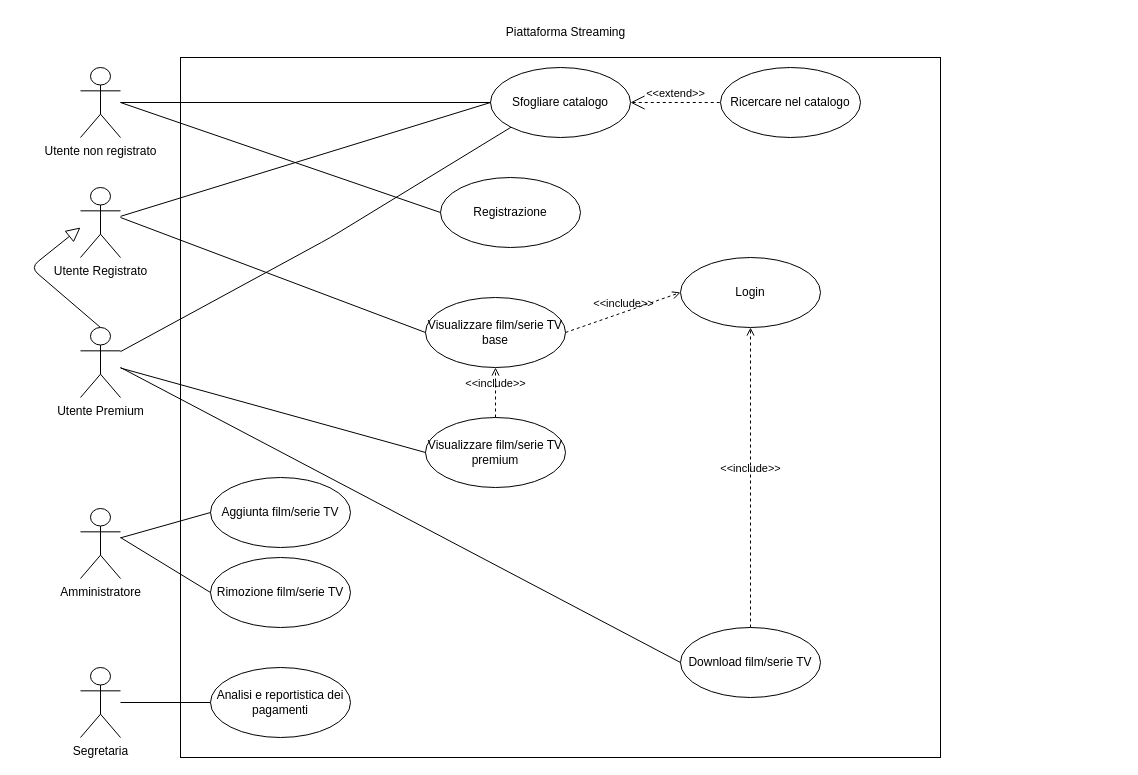
Before: lab1/UC.drawio in Boz7567/FIS, a draw.io diagram. Source tidied: cells renumbered, new cells numbered last; positions are measured from the earlier drawing's top-left corner, leaving out a move shared by most shapes. Both pictures are drawn from the tidied source at 100%, with x=0, y=0 at pixel (30, 17).
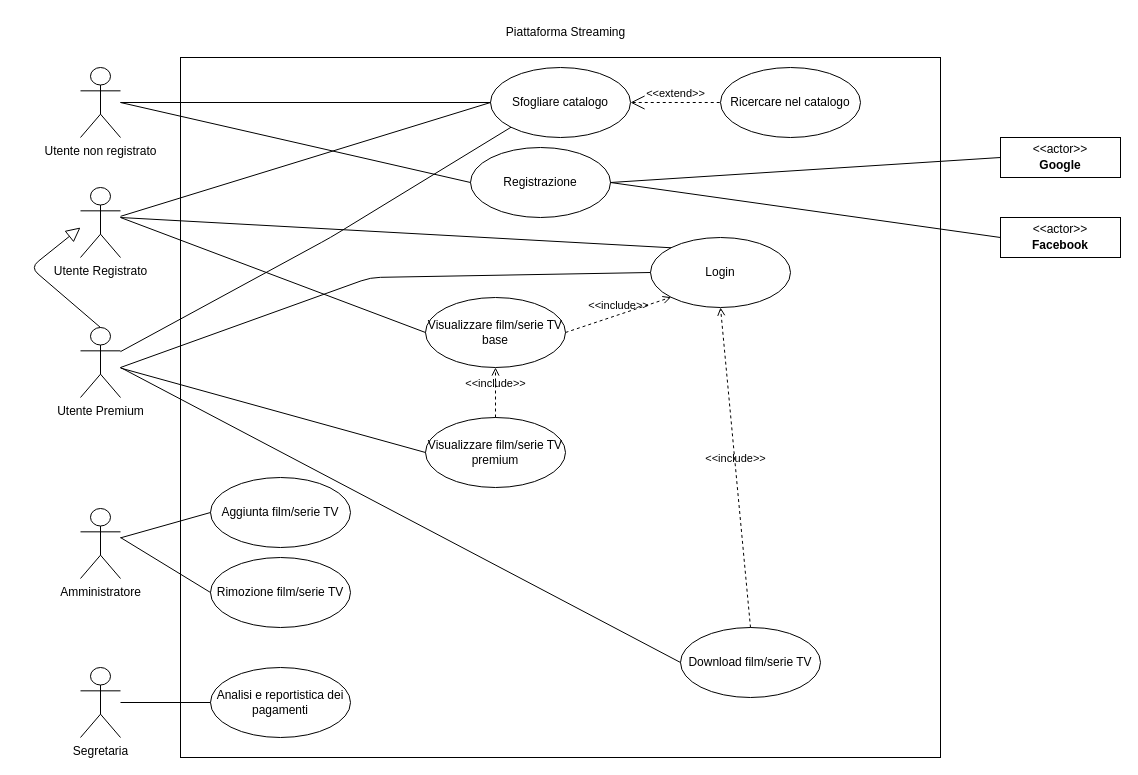
Above is the later version.

Commit message:
Attori secondari

The change refers to these unchanged cells:
```xml
<mxCell id="17" value="Visualizzare film/serie TV base" style="ellipse;whiteSpace=wrap;html=1;" parent="1" vertex="1">
  <mxGeometry x="395" y="280" width="140" height="70" as="geometry" />
</mxCell>
```

Diff of the diagram source:
```diff
@@
     <mxCell id="5" value="Login" style="ellipse;whiteSpace=wrap;html=1;" parent="1" vertex="1">
-      <mxGeometry x="650" y="240" width="140" height="70" as="geometry" />
+      <mxGeometry x="620" y="220" width="140" height="70" as="geometry" />
     </mxCell>
@@
     <mxCell id="9" value="Registrazione" style="ellipse;whiteSpace=wrap;html=1;" parent="1" vertex="1">
-      <mxGeometry x="410" y="160" width="140" height="70" as="geometry" />
+      <mxGeometry x="440" y="130" width="140" height="70" as="geometry" />
     </mxCell>
@@
-    <mxCell id="19" value="&amp;lt;&amp;lt;include&amp;gt;&amp;gt;" style="edgeStyle=none;html=1;endArrow=open;verticalAlign=bottom;dashed=1;labelBackgroundColor=none;exitX=1;exitY=0.5;exitDx=0;exitDy=0;entryX=0;entryY=0.5;entryDx=0;entryDy=0;" parent="1" edge="1" source="17" target="5">
+    <mxCell id="19" value="&amp;lt;&amp;lt;include&amp;gt;&amp;gt;" style="edgeStyle=none;html=1;endArrow=open;verticalAlign=bottom;dashed=1;labelBackgroundColor=none;exitX=1;exitY=0.5;exitDx=0;exitDy=0;entryX=0;entryY=1;entryDx=0;entryDy=0;" parent="1" edge="1" source="17" target="5">
       <mxGeometry relative="1" as="geometry" />
     </mxCell>
@@
+    <mxCell id="34" style="edgeStyle=none;html=1;endArrow=none;verticalAlign=bottom;entryX=0;entryY=0;entryDx=0;entryDy=0;" parent="1" edge="1" target="5">
+      <mxGeometry relative="1" as="geometry">
+        <mxPoint x="90" y="200" as="sourcePoint" />
+      </mxGeometry>
+    </mxCell>
+    <mxCell id="35" style="edgeStyle=none;html=1;endArrow=none;verticalAlign=bottom;entryX=0;entryY=0.5;entryDx=0;entryDy=0;" parent="1" edge="1" target="5">
+      <mxGeometry relative="1" as="geometry">
+        <mxPoint x="90" y="350" as="sourcePoint" />
+        <Array as="points">
+          <mxPoint x="340" y="260" />
+        </Array>
+      </mxGeometry>
+    </mxCell>
+    <mxCell id="36" style="fontStyle=1;align=center;verticalAlign=middle;horizontal=1;" parent="1" vertex="1">
+      <mxGeometry x="970" y="120" width="120" height="40" as="geometry" />
+    </mxCell>
+    <mxCell id="37" value="&amp;lt;&amp;lt;actor&amp;gt;&amp;gt;" style="html=1;align=center;spacing=0;verticalAlign=middle;strokeColor=none;fillColor=none;whiteSpace=wrap;spacingTop=3;" parent="36" vertex="1">
+      <mxGeometry width="120" height="20" as="geometry" />
+    </mxCell>
+    <mxCell id="38" value="Google" style="html=1;align=center;spacing=0;verticalAlign=middle;strokeColor=none;fillColor=none;whiteSpace=wrap;spacingBottom=4;fontStyle=1;" parent="36" vertex="1">
+      <mxGeometry y="20" width="120" height="20" as="geometry" />
+    </mxCell>
+    <mxCell id="39" style="fontStyle=1;align=center;verticalAlign=middle;horizontal=1;" parent="1" vertex="1">
+      <mxGeometry x="970" y="200" width="120" height="40" as="geometry" />
+    </mxCell>
+    <mxCell id="40" value="&amp;lt;&amp;lt;actor&amp;gt;&amp;gt;" style="html=1;align=center;spacing=0;verticalAlign=middle;strokeColor=none;fillColor=none;whiteSpace=wrap;spacingTop=3;" parent="39" vertex="1">
+      <mxGeometry width="120" height="20" as="geometry" />
+    </mxCell>
+    <mxCell id="41" value="Facebook" style="html=1;align=center;spacing=0;verticalAlign=middle;strokeColor=none;fillColor=none;whiteSpace=wrap;spacingBottom=4;fontStyle=1;" parent="39" vertex="1">
+      <mxGeometry y="20" width="120" height="20" as="geometry" />
+    </mxCell>
+    <mxCell id="42" style="endArrow=none;html=1;entryX=0;entryY=0;entryDx=0;entryDy=0;exitX=1;exitY=0.5;exitDx=0;exitDy=0;" parent="1" edge="1" source="9" target="38">
+      <mxGeometry relative="1" as="geometry" />
+    </mxCell>
+    <mxCell id="43" style="endArrow=none;html=1;entryX=0;entryY=0;entryDx=0;entryDy=0;exitX=1;exitY=0.5;exitDx=0;exitDy=0;" parent="1" edge="1" source="9" target="41">
+      <mxGeometry relative="1" as="geometry" />
+    </mxCell>
```
